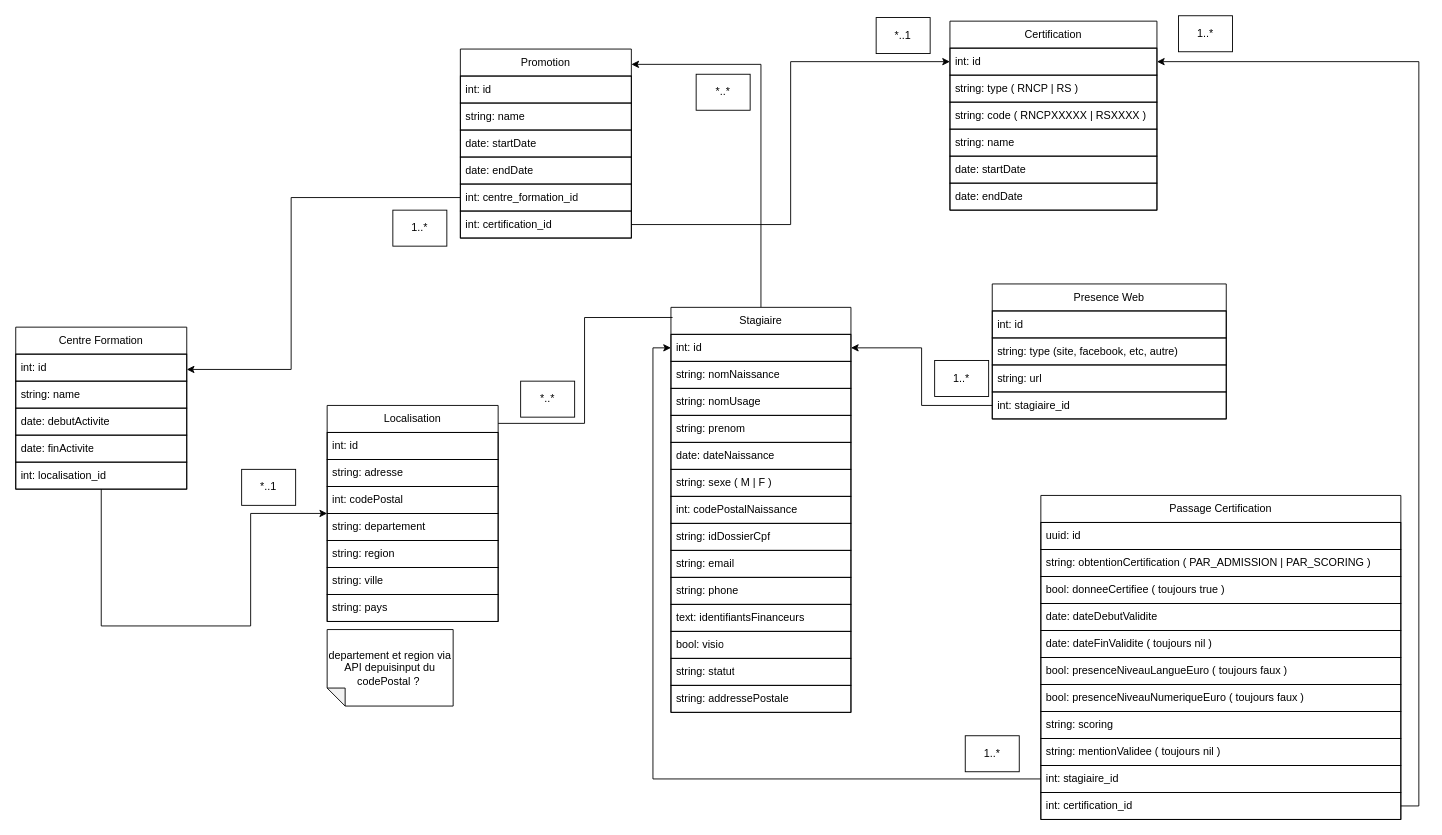
This is MCD.drawio from ecole-richard-cross/espace-numerique, a draw.io file, before an edit. Source tidied: cells renumbered, new cells numbered last; positions are measured from the earlier drawing's top-left corner, leaving out a move shared by most shapes. Both pictures are drawn from the tidied source at 90%, with x=0, y=0 at pixel (15, 15).
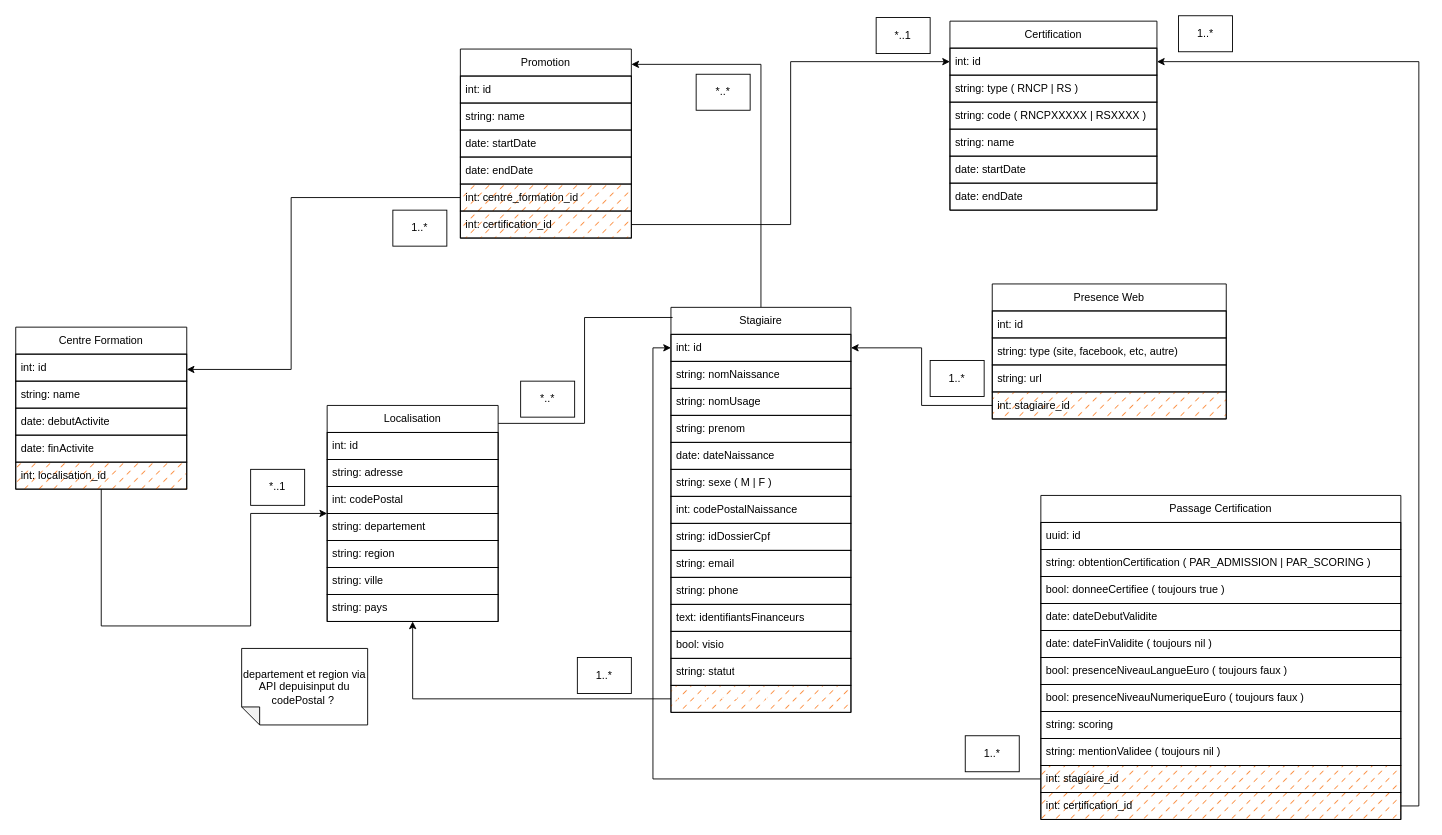
Above is the later version.

Commit message (it also covers changes not shown here):
fix/dev: diagram final edits

adressePostal int ref to localisation + bg on fk

Unchanged cells that the change refers to:
```xml
<mxCell id="9" value="Passage Certification" style="swimlane;fontStyle=0;horizontal=1;startSize=30;whiteSpace=wrap;html=1;rounded=0;labelBackgroundColor=none;shadow=0;swimlaneLine=1;fillOpacity=100;fixDash=0;backgroundOutline=0;enumerate=0;comic=0;strokeColor=default;" parent="1" vertex="1">
  <mxGeometry x="1139" y="533" width="400" height="360" as="geometry" />
</mxCell>
<mxCell id="22" value="Stagiaire" style="swimlane;fontStyle=0;horizontal=1;startSize=30;whiteSpace=wrap;html=1;rounded=0;labelBackgroundColor=none;shadow=0;swimlaneLine=1;fillOpacity=100;snapToPoint=0;fixDash=0;backgroundOutline=0;enumerate=0;comic=0;strokeColor=default;" parent="1" vertex="1">
  <mxGeometry x="728" y="324" width="200" height="450" as="geometry" />
</mxCell>
<mxCell id="38" value="Promotion" style="swimlane;fontStyle=0;horizontal=1;startSize=30;whiteSpace=wrap;html=1;rounded=0;labelBackgroundColor=none;shadow=0;swimlaneLine=1;fillOpacity=100;snapToPoint=0;fixDash=0;backgroundOutline=0;enumerate=0;comic=0;strokeColor=default;" parent="1" vertex="1">
  <mxGeometry x="494" y="37" width="190" height="210" as="geometry" />
</mxCell>
<mxCell id="46" value="Centre Formation" style="swimlane;fontStyle=0;horizontal=1;startSize=30;whiteSpace=wrap;html=1;rounded=0;labelBackgroundColor=none;shadow=0;swimlaneLine=1;fillOpacity=100;snapToPoint=0;fixDash=0;backgroundOutline=0;enumerate=0;comic=0;strokeColor=default;" parent="1" vertex="1">
  <mxGeometry y="346" width="190" height="180" as="geometry" />
</mxCell>
<mxCell id="53" value="Localisation" style="swimlane;fontStyle=0;horizontal=1;startSize=30;whiteSpace=wrap;html=1;rounded=0;labelBackgroundColor=none;shadow=0;swimlaneLine=1;fillOpacity=100;snapToPoint=0;fixDash=0;backgroundOutline=0;enumerate=0;comic=0;strokeColor=default;" parent="1" vertex="1">
  <mxGeometry x="346" y="433" width="190" height="240" as="geometry" />
</mxCell>
<mxCell id="69" value="Presence Web" style="swimlane;fontStyle=0;horizontal=1;startSize=30;whiteSpace=wrap;html=1;rounded=0;labelBackgroundColor=none;fillColor=default;shadow=0;swimlaneLine=1;fillOpacity=100;fixDash=0;backgroundOutline=0;enumerate=0;comic=0;strokeColor=default;" parent="1" vertex="1">
  <mxGeometry x="1085" y="298" width="260" height="150" as="geometry" />
</mxCell>
```

Diff of the diagram source:
```diff
@@
-    <mxCell id="19" value="int: stagiaire_id" style="text;align=left;verticalAlign=middle;spacingLeft=4;spacingRight=4;overflow=hidden;points=[[0,0.5],[1,0.5]];portConstraint=eastwest;whiteSpace=wrap;html=1;rounded=0;labelBackgroundColor=none;shadow=0;swimlaneLine=1;fillOpacity=100;snapToPoint=0;fixDash=0;backgroundOutline=0;enumerate=0;comic=0;strokeColor=default;" parent="9" vertex="1">
+    <mxCell id="19" value="int: stagiaire_id" style="text;align=left;verticalAlign=middle;spacingLeft=4;spacingRight=4;overflow=hidden;points=[[0,0.5],[1,0.5]];portConstraint=eastwest;whiteSpace=wrap;html=1;rounded=0;labelBackgroundColor=none;shadow=0;swimlaneLine=1;fillOpacity=100;snapToPoint=0;fixDash=0;backgroundOutline=0;enumerate=0;comic=0;strokeColor=default;fillColor=#FA6800;fillStyle=dashed;" parent="9" vertex="1">
       <mxGeometry y="300" width="400" height="30" as="geometry" />
     </mxCell>
-    <mxCell id="20" value="int: certification_id" style="text;align=left;verticalAlign=middle;spacingLeft=4;spacingRight=4;overflow=hidden;points=[[0,0.5],[1,0.5]];portConstraint=eastwest;whiteSpace=wrap;html=1;rounded=0;labelBackgroundColor=none;shadow=0;swimlaneLine=1;fillOpacity=100;snapToPoint=0;fixDash=0;backgroundOutline=0;enumerate=0;comic=0;strokeColor=default;" parent="9" vertex="1">
+    <mxCell id="20" value="int: certification_id" style="text;align=left;verticalAlign=middle;spacingLeft=4;spacingRight=4;overflow=hidden;points=[[0,0.5],[1,0.5]];portConstraint=eastwest;whiteSpace=wrap;html=1;rounded=0;labelBackgroundColor=none;shadow=0;swimlaneLine=1;fillOpacity=100;snapToPoint=0;fixDash=0;backgroundOutline=0;enumerate=0;comic=0;strokeColor=default;fillColor=#FA6800;fillStyle=dashed;" parent="9" vertex="1">
       <mxGeometry y="330" width="400" height="30" as="geometry" />
     </mxCell>
@@
-    <mxCell id="36" value="string: addressePostale" style="text;align=left;verticalAlign=middle;spacingLeft=4;spacingRight=4;overflow=hidden;points=[[0,0.5],[1,0.5]];portConstraint=eastwest;whiteSpace=wrap;html=1;rounded=0;labelBackgroundColor=none;shadow=0;swimlaneLine=1;fillOpacity=100;snapToPoint=0;fixDash=0;backgroundOutline=0;enumerate=0;comic=0;strokeColor=default;" parent="22" vertex="1">
+    <mxCell id="36" value="int: addressePostale" style="text;align=left;verticalAlign=middle;spacingLeft=4;spacingRight=4;overflow=hidden;points=[[0,0.5],[1,0.5]];portConstraint=eastwest;whiteSpace=wrap;html=1;rounded=0;labelBackgroundColor=none;shadow=0;swimlaneLine=1;fillOpacity=100;snapToPoint=0;fixDash=0;backgroundOutline=0;enumerate=0;comic=0;strokeColor=default;fillColor=#FA6800;fontColor=#ffffff;fillStyle=dashed;" parent="22" vertex="1">
       <mxGeometry y="420" width="200" height="30" as="geometry" />
     </mxCell>
@@
-    <mxCell id="43" value="int: centre_formation_id" style="text;align=left;verticalAlign=middle;spacingLeft=4;spacingRight=4;overflow=hidden;points=[[0,0.5],[1,0.5]];portConstraint=eastwest;whiteSpace=wrap;html=1;rounded=0;labelBackgroundColor=none;shadow=0;swimlaneLine=1;fillOpacity=100;snapToPoint=0;fixDash=0;backgroundOutline=0;enumerate=0;comic=0;strokeColor=default;" parent="38" vertex="1">
+    <mxCell id="43" value="int: centre_formation_id" style="text;align=left;verticalAlign=middle;spacingLeft=4;spacingRight=4;overflow=hidden;points=[[0,0.5],[1,0.5]];portConstraint=eastwest;whiteSpace=wrap;html=1;rounded=0;labelBackgroundColor=none;shadow=0;swimlaneLine=1;fillOpacity=100;snapToPoint=0;fixDash=0;backgroundOutline=0;enumerate=0;comic=0;strokeColor=default;fillColor=#FA6800;fillStyle=dashed;" parent="38" vertex="1">
       <mxGeometry y="150" width="190" height="30" as="geometry" />
     </mxCell>
-    <mxCell id="44" value="int: certification_id" style="text;align=left;verticalAlign=middle;spacingLeft=4;spacingRight=4;overflow=hidden;points=[[0,0.5],[1,0.5]];portConstraint=eastwest;whiteSpace=wrap;html=1;rounded=0;labelBackgroundColor=none;shadow=0;swimlaneLine=1;fillOpacity=100;snapToPoint=0;fixDash=0;backgroundOutline=0;enumerate=0;comic=0;strokeColor=default;" parent="38" vertex="1">
+    <mxCell id="44" value="int: certification_id" style="text;align=left;verticalAlign=middle;spacingLeft=4;spacingRight=4;overflow=hidden;points=[[0,0.5],[1,0.5]];portConstraint=eastwest;whiteSpace=wrap;html=1;rounded=0;labelBackgroundColor=none;shadow=0;swimlaneLine=1;fillOpacity=100;snapToPoint=0;fixDash=0;backgroundOutline=0;enumerate=0;comic=0;strokeColor=default;fillColor=#FA6800;fillStyle=dashed;" parent="38" vertex="1">
       <mxGeometry y="180" width="190" height="30" as="geometry" />
     </mxCell>
@@
-    <mxCell id="51" value="int: localisation_id" style="text;align=left;verticalAlign=middle;spacingLeft=4;spacingRight=4;overflow=hidden;points=[[0,0.5],[1,0.5]];portConstraint=eastwest;whiteSpace=wrap;html=1;rounded=0;labelBackgroundColor=none;shadow=0;swimlaneLine=1;fillOpacity=100;snapToPoint=0;fixDash=0;backgroundOutline=0;enumerate=0;comic=0;strokeColor=default;" parent="46" vertex="1">
+    <mxCell id="51" value="int: localisation_id" style="text;align=left;verticalAlign=middle;spacingLeft=4;spacingRight=4;overflow=hidden;points=[[0,0.5],[1,0.5]];portConstraint=eastwest;whiteSpace=wrap;html=1;rounded=0;labelBackgroundColor=none;shadow=0;swimlaneLine=1;fillOpacity=100;snapToPoint=0;fixDash=0;backgroundOutline=0;enumerate=0;comic=0;strokeColor=default;fillColor=#FA6800;fillStyle=dashed;" parent="46" vertex="1">
       <mxGeometry y="150" width="190" height="30" as="geometry" />
     </mxCell>
@@
     <mxCell id="66" value="*..1" style="text;align=center;html=1;verticalAlign=middle;whiteSpace=wrap;rounded=0;labelBackgroundColor=none;shadow=0;swimlaneLine=1;fillOpacity=100;fixDash=0;backgroundOutline=0;enumerate=0;comic=0;strokeColor=default;" parent="1" vertex="1">
-      <mxGeometry x="251" y="504" width="60" height="40" as="geometry" />
+      <mxGeometry x="261" y="504" width="60" height="40" as="geometry" />
     </mxCell>
     <mxCell id="67" value="departement et region via API depuisinput du codePostal ?&amp;nbsp;" style="shape=note;whiteSpace=wrap;html=1;backgroundOutline=0;darkOpacity=0.05;fillStyle=solid;direction=west;gradientDirection=north;shadow=0;size=20;rounded=0;labelBackgroundColor=none;swimlaneLine=1;fillOpacity=100;fixDash=0;enumerate=0;comic=0;strokeColor=default;" parent="1" vertex="1">
-      <mxGeometry x="346" y="682" width="140" height="85" as="geometry" />
+      <mxGeometry x="251" y="703" width="140" height="85" as="geometry" />
     </mxCell>
@@
-    <mxCell id="73" value="int: stagiaire_id" style="text;align=left;verticalAlign=middle;spacingLeft=4;spacingRight=4;overflow=hidden;points=[[0,0.5],[1,0.5]];portConstraint=eastwest;whiteSpace=wrap;html=1;rounded=0;labelBackgroundColor=none;shadow=0;swimlaneLine=1;fillOpacity=100;snapToPoint=0;fixDash=0;backgroundOutline=0;enumerate=0;comic=0;strokeColor=default;" parent="69" vertex="1">
+    <mxCell id="73" value="int: stagiaire_id" style="text;align=left;verticalAlign=middle;spacingLeft=4;spacingRight=4;overflow=hidden;points=[[0,0.5],[1,0.5]];portConstraint=eastwest;whiteSpace=wrap;html=1;rounded=0;labelBackgroundColor=none;shadow=0;swimlaneLine=1;fillOpacity=100;snapToPoint=0;fixDash=0;backgroundOutline=0;enumerate=0;comic=0;strokeColor=default;fillColor=#FA6800;fillStyle=dashed;" parent="69" vertex="1">
       <mxGeometry y="120" width="260" height="30" as="geometry" />
     </mxCell>
     <mxCell id="74" value="1..*" style="text;align=center;html=1;verticalAlign=middle;whiteSpace=wrap;rounded=0;labelBackgroundColor=none;shadow=0;swimlaneLine=1;fillOpacity=100;fixDash=0;backgroundOutline=0;enumerate=0;comic=0;strokeColor=default;" parent="1" vertex="1">
-      <mxGeometry x="1021" y="383" width="60" height="40" as="geometry" />
+      <mxGeometry x="1016" y="383" width="60" height="40" as="geometry" />
     </mxCell>
@@
+    <mxCell id="79" style="edgeStyle=orthogonalEdgeStyle;rounded=0;html=1;exitX=0;exitY=0.5;exitDx=0;exitDy=0;startArrow=none;startFill=0;endArrow=classic;endFill=1;" parent="1" edge="1" source="36" target="53">
+      <mxGeometry relative="1" as="geometry" />
+    </mxCell>
+    <mxCell id="80" value="1..*" style="text;align=center;html=1;verticalAlign=middle;whiteSpace=wrap;rounded=0;labelBackgroundColor=none;shadow=0;swimlaneLine=1;fillOpacity=100;fixDash=0;backgroundOutline=0;enumerate=0;comic=0;strokeColor=default;" parent="1" vertex="1">
+      <mxGeometry x="624" y="713" width="60" height="40" as="geometry" />
+    </mxCell>
```
